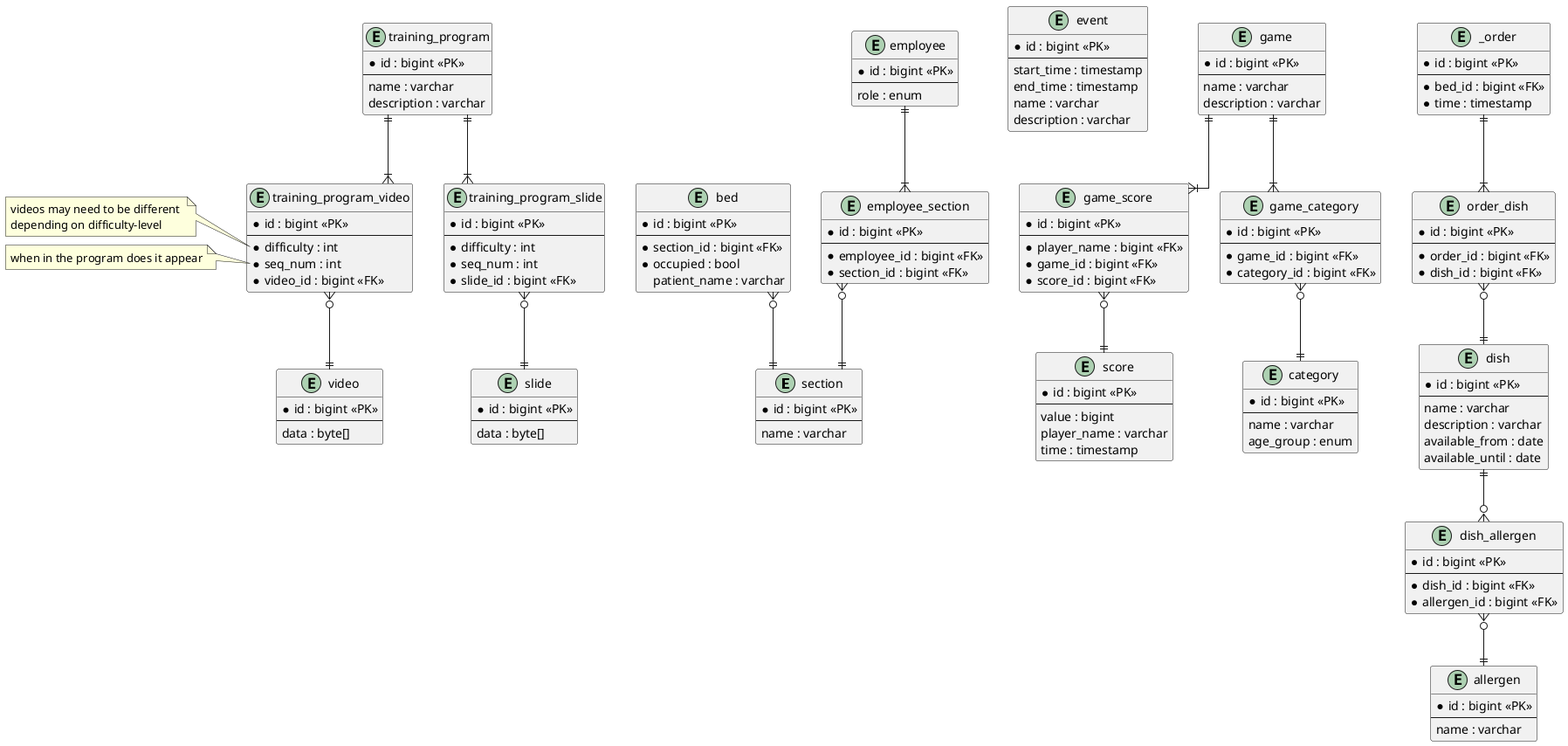
Above: diagrams/puml/ERD.png in Oskar123456/SYSDAT-F25-TEAM-G (PlantUML), before the change.
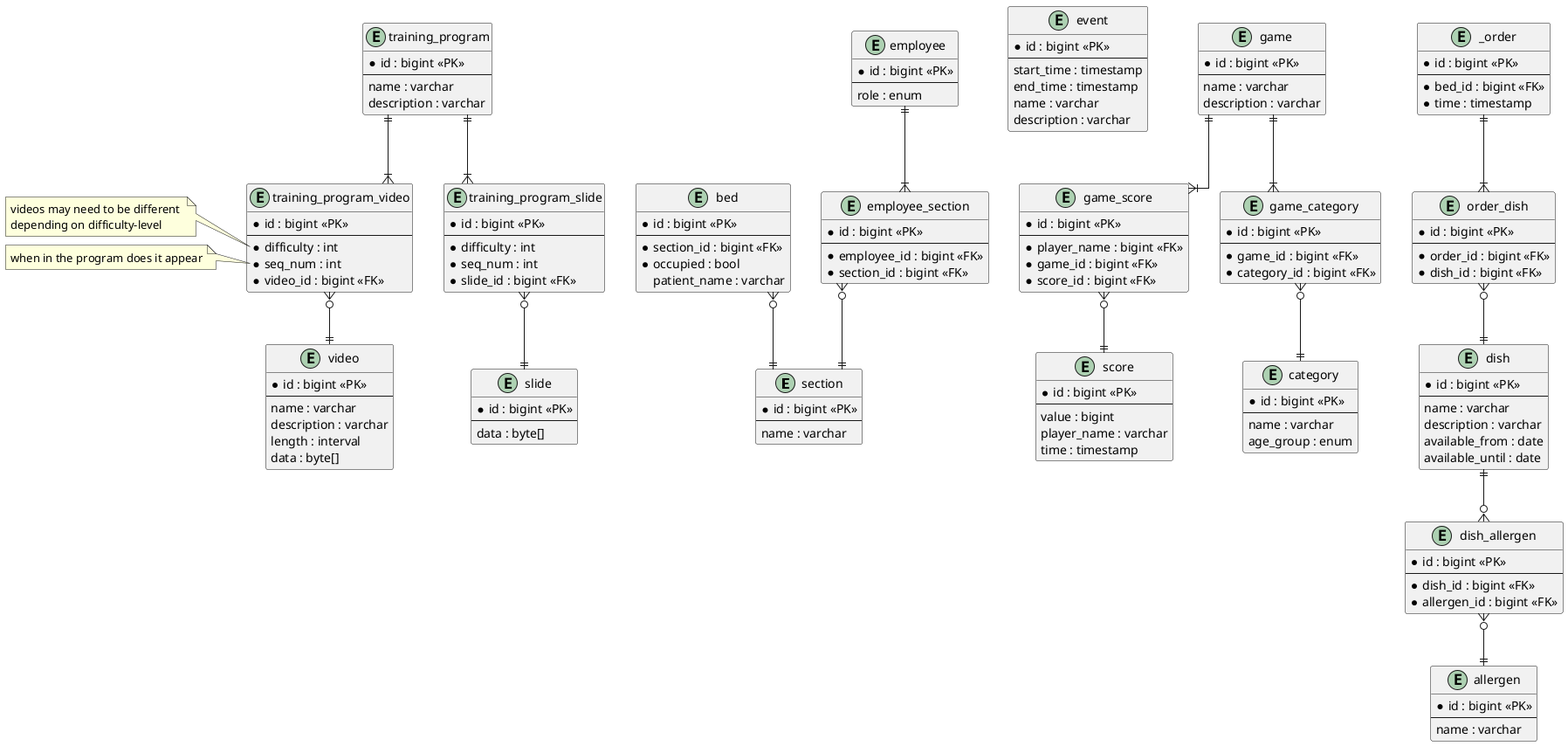
Above is the later version.

The edit, as a diff of the source:
```diff
@@ -133,6 +133,9 @@
 entity video {
     * id : bigint <<PK>>
     --
+    name : varchar
+    description : varchar
+    length : interval
     data : byte[]
 }
 
```
